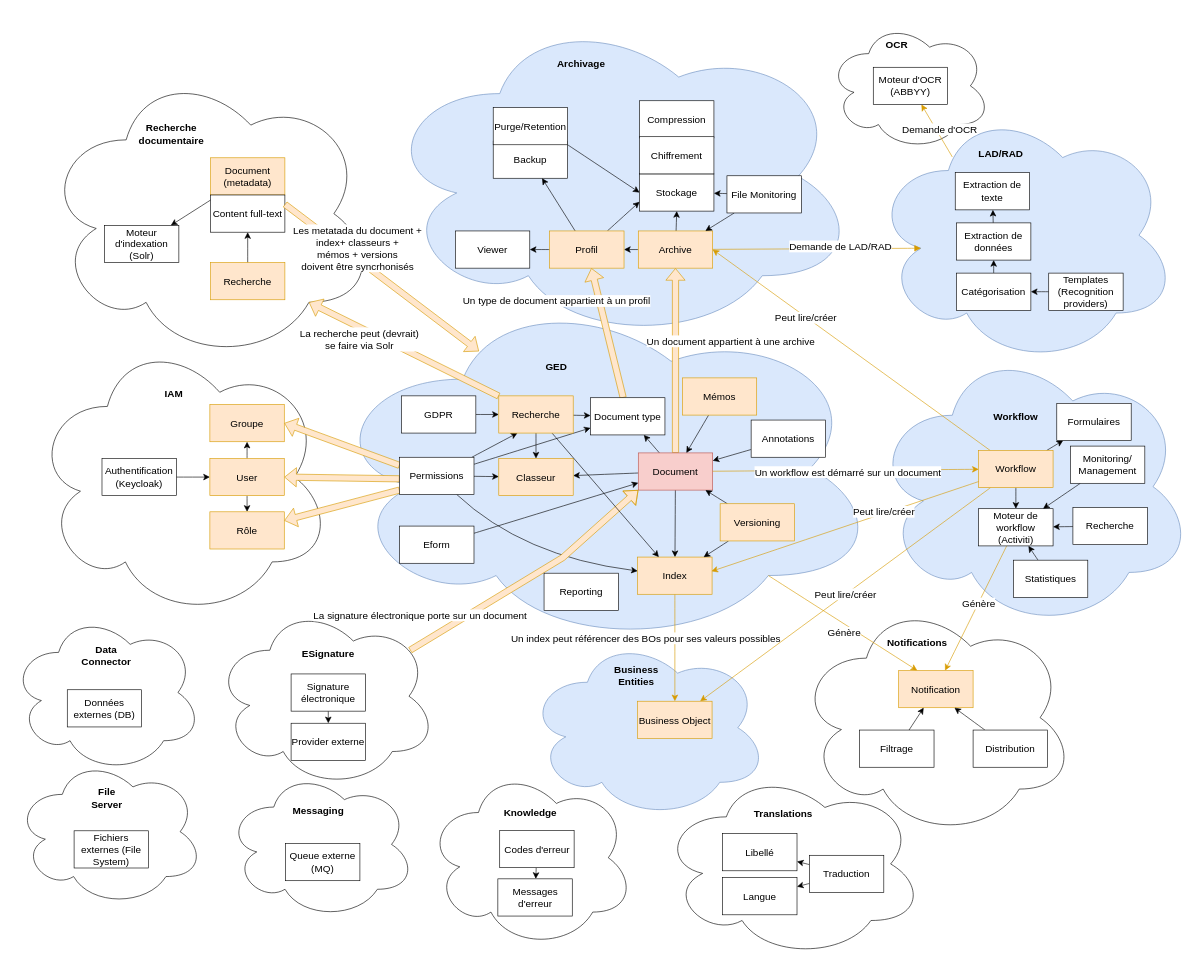
omasseau/drawio keeps this draw.io diagram as bounded contexts.drawio. Above is the earlier version. Source tidied: cells renumbered, new cells numbered last; positions are measured from the earlier drawing's top-left corner, leaving out a move shared by most shapes. Both pictures are drawn from the tidied source at 62%, with x=0, y=0 at pixel (11, 11).
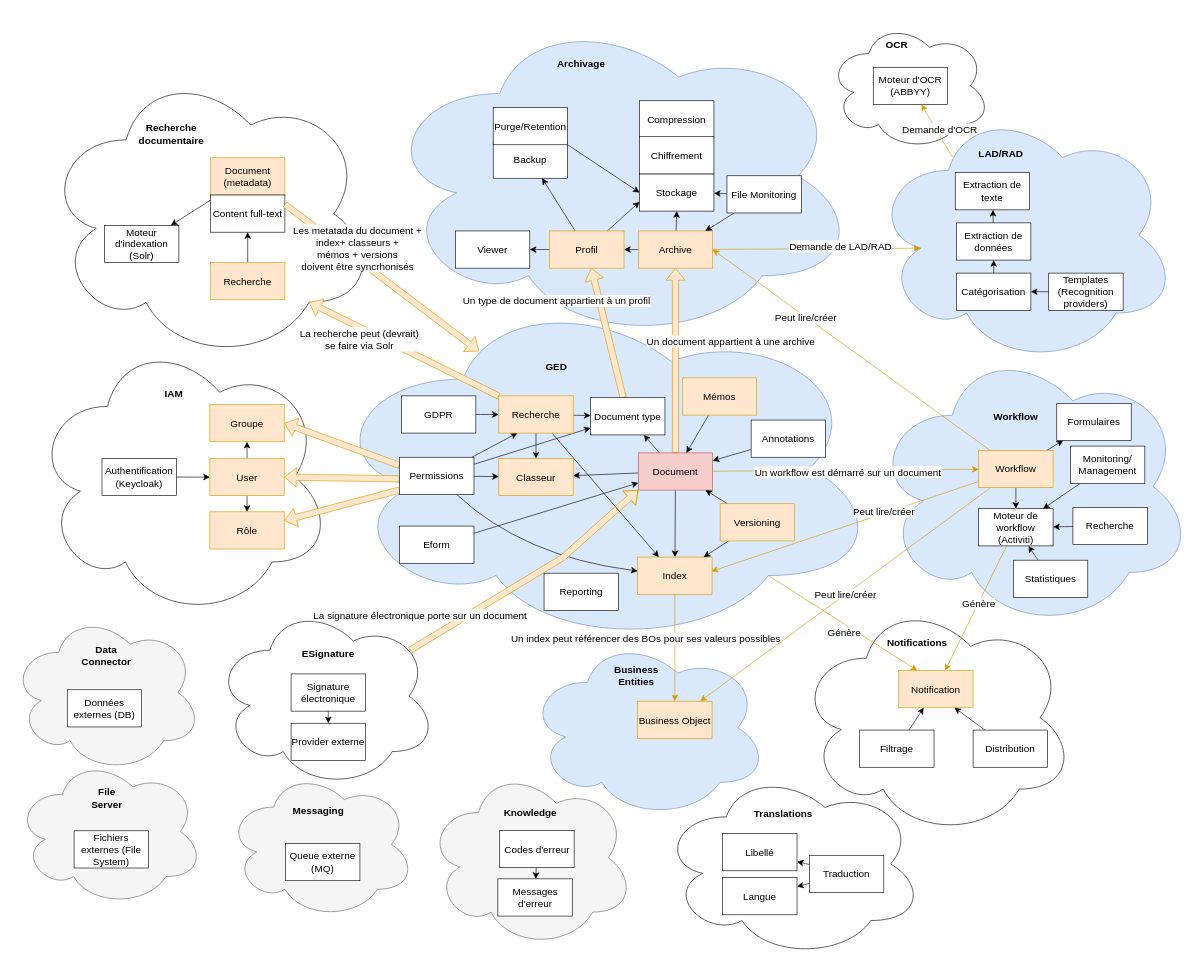
The same page after the edit.

Commit message:
Mettre à jour bounded contexts.drawio

The edit, as a diff of the source:
```diff
@@
-    <mxCell id="79" style="ellipse;shape=cloud;whiteSpace=wrap;html=1;fontSize=16;" parent="1" vertex="1">
+    <mxCell id="79" style="ellipse;shape=cloud;whiteSpace=wrap;html=1;fontSize=16;fillColor=#f5f5f5;strokeColor=#666666;fontColor=#333333;" parent="1" vertex="1">
       <mxGeometry y="970" width="308" height="259" as="geometry" />
     </mxCell>
@@
-    <mxCell id="90" style="ellipse;shape=cloud;whiteSpace=wrap;html=1;fontSize=16;" parent="1" vertex="1">
+    <mxCell id="90" style="ellipse;shape=cloud;whiteSpace=wrap;html=1;fontSize=16;fillColor=#f5f5f5;strokeColor=#666666;fontColor=#333333;" parent="1" vertex="1">
       <mxGeometry x="7" y="1203.5" width="304" height="241" as="geometry" />
     </mxCell>
@@
-    <mxCell id="99" style="ellipse;shape=cloud;whiteSpace=wrap;html=1;fontSize=16;" parent="1" vertex="1">
+    <mxCell id="99" style="ellipse;shape=cloud;whiteSpace=wrap;html=1;fontSize=16;fillColor=#f5f5f5;strokeColor=#666666;fontColor=#333333;" parent="1" vertex="1">
       <mxGeometry x="670.5" y="1220" width="335" height="292" as="geometry" />
     </mxCell>
@@
-    <mxCell id="125" style="ellipse;shape=cloud;whiteSpace=wrap;html=1;fontSize=16;" parent="1" vertex="1">
+    <mxCell id="125" style="ellipse;shape=cloud;whiteSpace=wrap;html=1;fontSize=16;fillColor=#f5f5f5;strokeColor=#666666;fontColor=#333333;" parent="1" vertex="1">
       <mxGeometry x="348" y="1224" width="304" height="241" as="geometry" />
     </mxCell>
```
